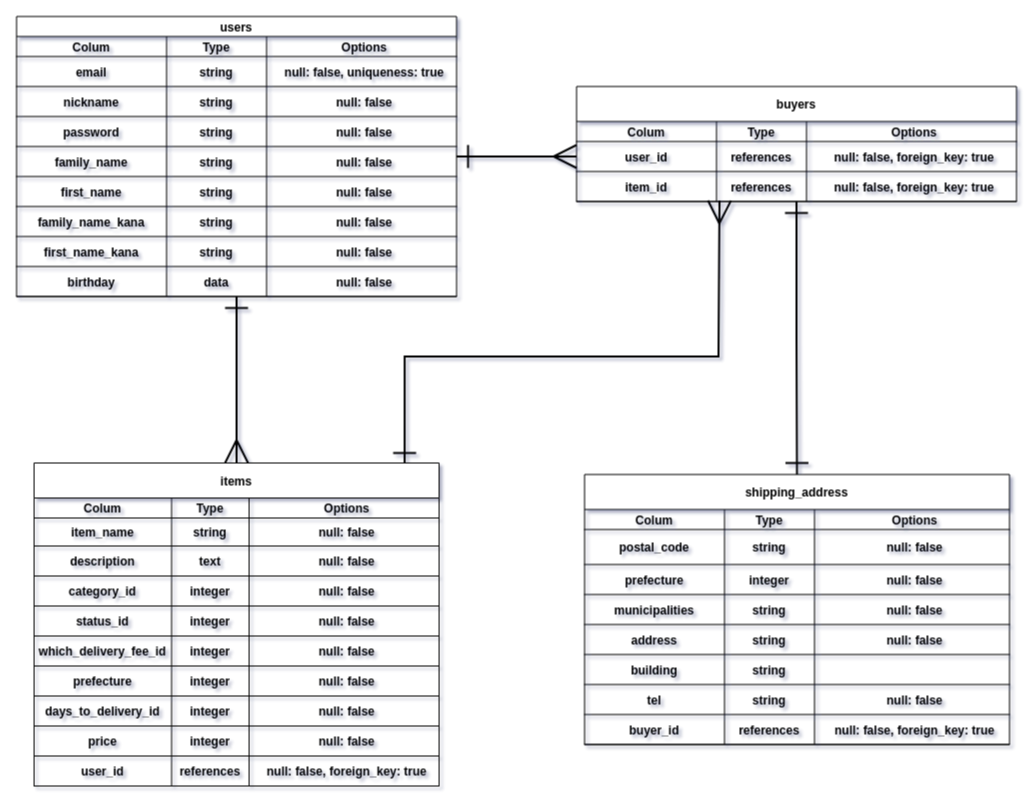
Above: db/db.drawio in Tomoaki-git/furima-34423 (draw.io), before the change. Source tidied: cells renumbered, new cells numbered last; positions are measured from the earlier drawing's top-left corner, leaving out a move shared by most shapes. Both pictures are drawn from the tidied source at 100%, with x=0, y=0 at pixel (16, 16).
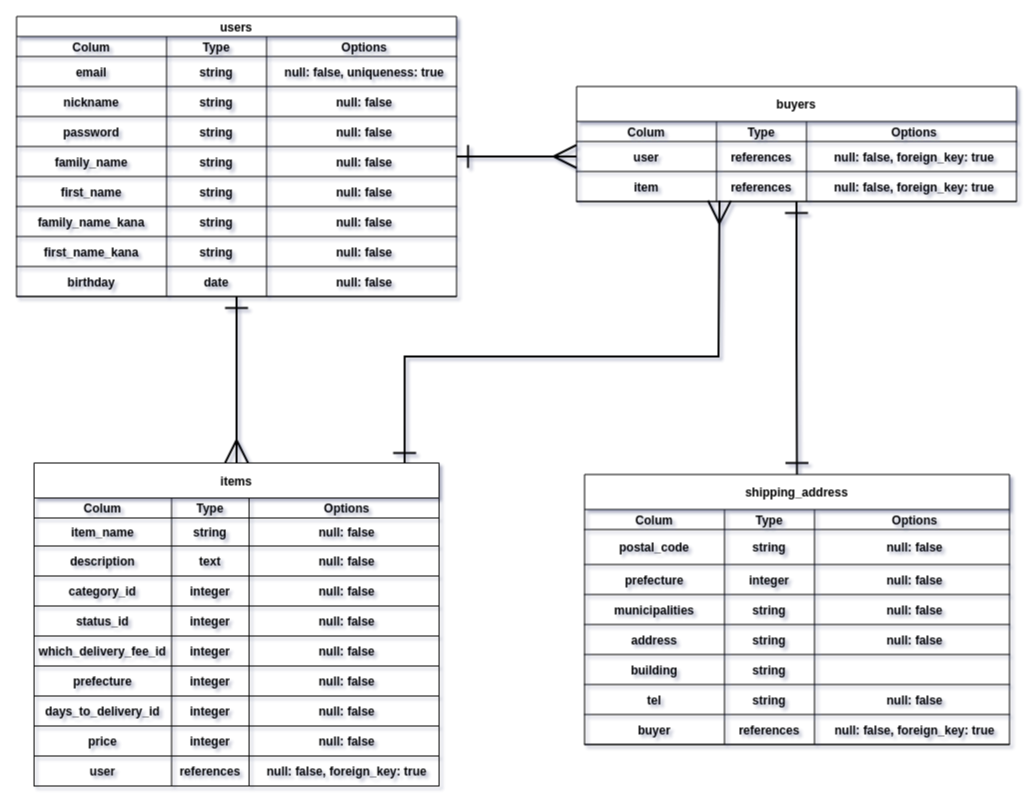
Above is the later version.

The change refers to these unchanged cells:
```xml
<mxCell id="38" style="shape=partialRectangle;fillColor=none;top=0;left=0;bottom=1;right=0;" parent="5" vertex="1">
  <mxGeometry y="250" width="440" height="30" as="geometry" />
</mxCell>
<mxCell id="80" style="shape=partialRectangle;fillColor=none;top=0;left=0;bottom=1;right=0;" parent="43" vertex="1">
  <mxGeometry y="293" width="405" height="30" as="geometry" />
</mxCell>
<mxCell id="113" style="shape=partialRectangle;fillColor=none;top=0;left=0;bottom=1;right=0;" parent="84" vertex="1">
  <mxGeometry y="240" width="425" height="30" as="geometry" />
</mxCell>
<mxCell id="123" style="shape=partialRectangle;fillColor=none;top=0;left=0;bottom=1;right=0;points=[[0,0.5],[1,0.5]];portConstraint=eastwest;" parent="118" vertex="1">
  <mxGeometry y="55" width="440" height="30" as="geometry" />
</mxCell>
<mxCell id="127" style="shape=partialRectangle;fillColor=none;top=0;left=0;bottom=1;right=0;points=[[0,0.5],[1,0.5]];portConstraint=eastwest;" parent="118" vertex="1">
  <mxGeometry y="85" width="440" height="30" as="geometry" />
</mxCell>
```

The edit, as a diff of the source:
```diff
@@
-    <mxCell id="40" value="data" style="shape=partialRectangle;fillColor=none;top=0;left=0;bottom=0;right=0;fontStyle=1;overflow=hidden;" parent="38" vertex="1">
+    <mxCell id="40" value="date" style="shape=partialRectangle;fillColor=none;top=0;left=0;bottom=0;right=0;fontStyle=1;overflow=hidden;" parent="38" vertex="1">
       <mxGeometry x="150" width="100" height="30" as="geometry" />
     </mxCell>
@@
-    <mxCell id="81" value="user_id" style="shape=partialRectangle;fillColor=none;top=0;left=0;bottom=0;right=0;fontStyle=1;overflow=hidden;" parent="80" vertex="1">
+    <mxCell id="81" value="user" style="shape=partialRectangle;fillColor=none;top=0;left=0;bottom=0;right=0;fontStyle=1;overflow=hidden;" parent="80" vertex="1">
       <mxGeometry width="137.5" height="30" as="geometry" />
     </mxCell>
@@
-    <mxCell id="114" value="buyer_id" style="shape=partialRectangle;fillColor=none;top=0;left=0;bottom=0;right=0;fontStyle=1;overflow=hidden;" parent="113" vertex="1">
+    <mxCell id="114" value="buyer" style="shape=partialRectangle;fillColor=none;top=0;left=0;bottom=0;right=0;fontStyle=1;overflow=hidden;" parent="113" vertex="1">
       <mxGeometry width="140" height="30" as="geometry" />
     </mxCell>
@@
-    <mxCell id="124" value="user_id" style="shape=partialRectangle;fillColor=none;top=0;left=0;bottom=0;right=0;fontStyle=1;overflow=hidden;" parent="123" vertex="1">
+    <mxCell id="124" value="user" style="shape=partialRectangle;fillColor=none;top=0;left=0;bottom=0;right=0;fontStyle=1;overflow=hidden;" parent="123" vertex="1">
       <mxGeometry width="140" height="30" as="geometry" />
     </mxCell>
@@
-    <mxCell id="128" value="item_id" style="shape=partialRectangle;fillColor=none;top=0;left=0;bottom=0;right=0;fontStyle=1;overflow=hidden;" parent="127" vertex="1">
+    <mxCell id="128" value="item" style="shape=partialRectangle;fillColor=none;top=0;left=0;bottom=0;right=0;fontStyle=1;overflow=hidden;" parent="127" vertex="1">
       <mxGeometry width="140" height="30" as="geometry" />
     </mxCell>
```
